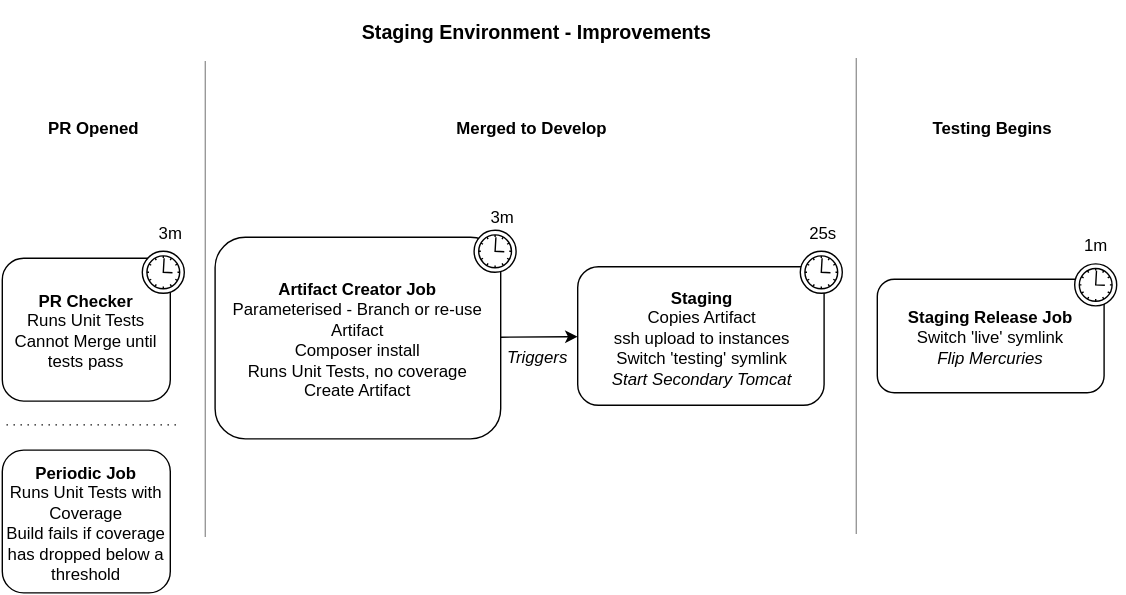
Before: img/staging-pipe.svg, a diagram exported from draw.io (gianarb/jenkins-real-world). Source tidied: cells renumbered, new cells last; positions are measured from the earlier drawing's top-left corner, leaving out a move shared by most shapes.
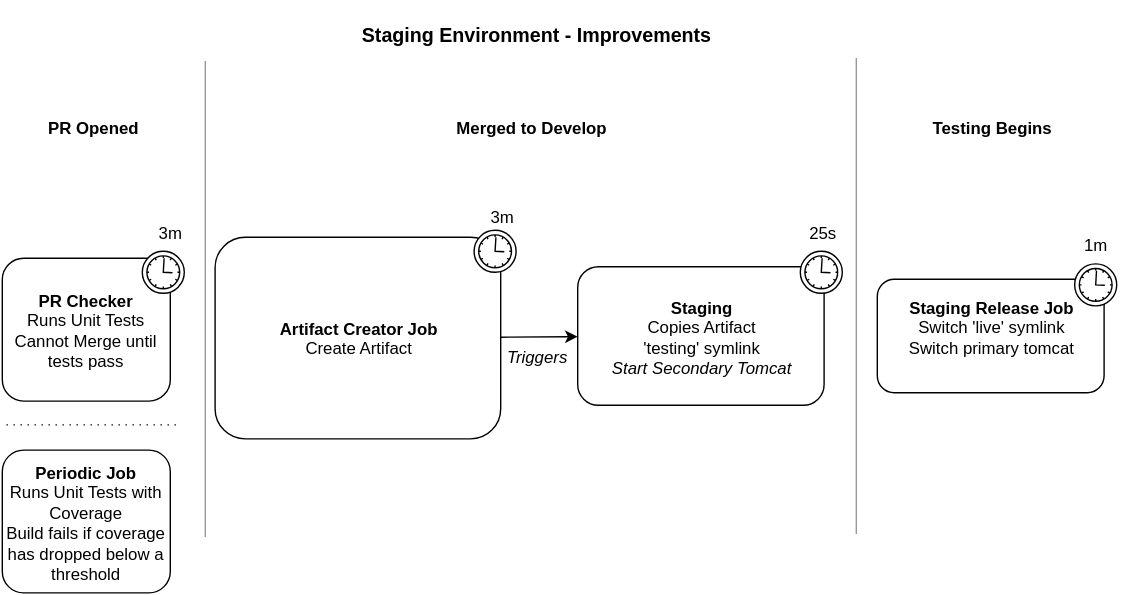
After the change.

The edit, as a diff of the source:
```diff
@@ -5,13 +5,13 @@
     <mxCell id="2" value="&lt;b&gt;PR Checker&lt;/b&gt;&lt;div&gt;Runs&amp;nbsp;&lt;span style=&quot;line-height: 1.2&quot;&gt;Unit Tests&lt;/span&gt;&lt;/div&gt;&lt;div&gt;Cannot Merge until tests pass&lt;/div&gt;" style="rounded=1;whiteSpace=wrap;html=1;" parent="1" vertex="1">
       <mxGeometry y="183" width="120" height="102" as="geometry" />
     </mxCell>
-    <mxCell id="3" value="&lt;span&gt;&lt;b&gt;Artifact Creator Job&lt;/b&gt;&lt;/span&gt;&lt;br&gt;&lt;div&gt;Parameterised - Branch or re-use Artifact&lt;div&gt;Composer install&lt;br&gt;&lt;div&gt;Runs Unit Tests, no coverage&lt;/div&gt;&lt;/div&gt;&lt;div&gt;Create Artifact&lt;/div&gt;&lt;/div&gt;" style="rounded=1;whiteSpace=wrap;html=1;" parent="1" vertex="1">
+    <mxCell id="3" value="&lt;span&gt;&lt;b&gt;Artifact Creator Job&lt;/b&gt;&lt;/span&gt;&lt;br&gt;&lt;div&gt;&lt;div&gt;&lt;div&gt;&lt;span style=&quot;line-height: 1.2&quot;&gt;Create Artifact&lt;/span&gt;&lt;br&gt;&lt;/div&gt;&lt;/div&gt;&lt;/div&gt;" style="rounded=1;whiteSpace=wrap;html=1;" parent="1" vertex="1">
       <mxGeometry x="152" y="168" width="204" height="144" as="geometry" />
     </mxCell>
-    <mxCell id="4" value="&lt;span style=&quot;line-height: 1.2&quot;&gt;&lt;b&gt;Staging&lt;/b&gt;&lt;/span&gt;&lt;div&gt;&lt;div&gt;&lt;span style=&quot;line-height: 1.2&quot;&gt;Copies Artifact&lt;/span&gt;&lt;/div&gt;&lt;div&gt;&lt;span style=&quot;line-height: 1.2&quot;&gt;ssh upload to instances&lt;/span&gt;&lt;/div&gt;&lt;div&gt;Switch 'testing' symlink&lt;/div&gt;&lt;div&gt;&lt;i&gt;Start Secondary Tomcat&lt;/i&gt;&lt;/div&gt;&lt;/div&gt;" style="rounded=1;whiteSpace=wrap;html=1;" parent="1" vertex="1">
+    <mxCell id="4" value="&lt;span style=&quot;line-height: 1.2&quot;&gt;&lt;b&gt;Staging&lt;/b&gt;&lt;/span&gt;&lt;div&gt;&lt;div&gt;&lt;span style=&quot;line-height: 1.2&quot;&gt;Copies Artifact&lt;/span&gt;&lt;/div&gt;&lt;div&gt;&lt;span style=&quot;line-height: 1.2&quot;&gt;'testing' symlink&lt;/span&gt;&lt;br&gt;&lt;/div&gt;&lt;div&gt;&lt;i&gt;Start Secondary Tomcat&lt;/i&gt;&lt;/div&gt;&lt;/div&gt;" style="rounded=1;whiteSpace=wrap;html=1;" parent="1" vertex="1">
       <mxGeometry x="411" y="189" width="176" height="99" as="geometry" />
     </mxCell>
-    <mxCell id="5" value="&lt;span&gt;&lt;b&gt;Staging Release Job&lt;/b&gt;&lt;/span&gt;&lt;br&gt;&lt;div&gt;Switch&amp;nbsp;&lt;span&gt;'live' symlink&lt;/span&gt;&lt;/div&gt;&lt;div&gt;&lt;span&gt;&lt;i&gt;Flip Mercuries&lt;/i&gt;&lt;/span&gt;&lt;/div&gt;" style="rounded=1;whiteSpace=wrap;html=1;" parent="1" vertex="1">
+    <mxCell id="5" value="&lt;span&gt;&lt;b&gt;Staging Release Job&lt;/b&gt;&lt;/span&gt;&lt;div&gt;&lt;div&gt;Switch 'live' symlink&lt;/div&gt;&lt;div&gt;Switch primary&lt;span&gt;&amp;nbsp;tomcat&lt;/span&gt;&lt;/div&gt;&lt;div&gt;&lt;br&gt;&lt;/div&gt;&lt;/div&gt;" style="rounded=1;whiteSpace=wrap;html=1;" parent="1" vertex="1">
       <mxGeometry x="625" y="198" width="162" height="81" as="geometry" />
     </mxCell>
     <mxCell id="6" style="endArrow=classic;html=1;entryX=0;entryY=0.5;" parent="1" edge="1" source="3" target="4">
```
